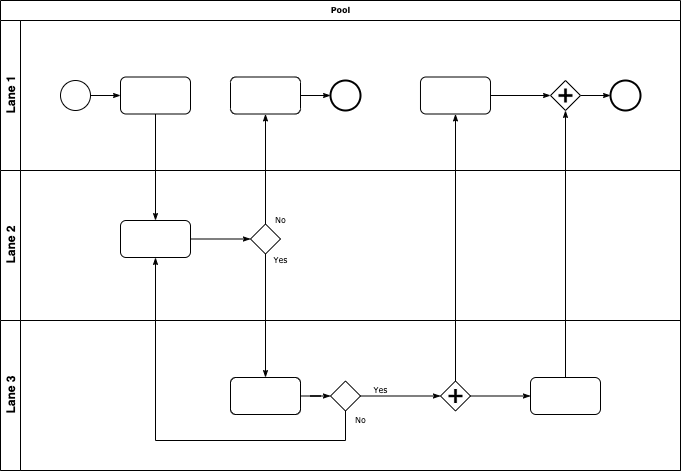
Earlier version of the draw.io export Tester.png (jhelgueros/gargola). Source tidied: cells renumbered, new cells last; positions are measured from the earlier drawing's top-left corner, leaving out a move shared by most shapes.
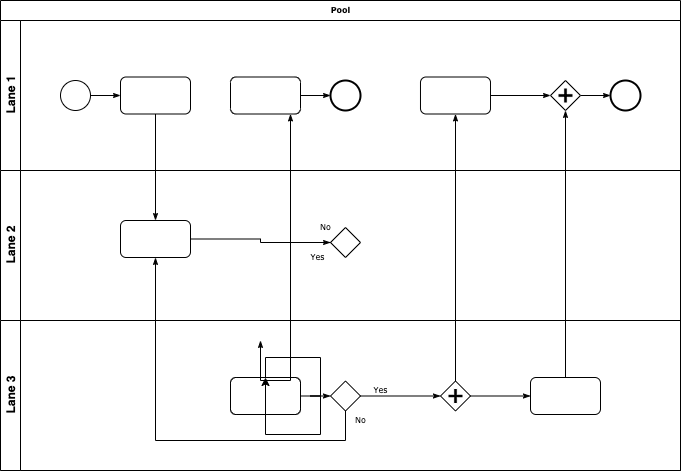
The same file after the commit.

What changed in the source:
```diff
@@ -51,7 +51,7 @@
       <mxGeometry x="120" y="50" width="70" height="37" as="geometry" />
     </mxCell>
     <mxCell id="18" style="strokeWidth=1;html=1;shape=mxgraph.flowchart.decision;whiteSpace=wrap;rounded=1;shadow=0;labelBackgroundColor=none;fontFamily=Verdana;fontSize=8;align=center;" parent="15" vertex="1">
-      <mxGeometry x="250" y="53.5" width="30" height="30" as="geometry" />
+      <mxGeometry x="330" y="57" width="30" height="30" as="geometry" />
     </mxCell>
     <mxCell id="19" value="Lane 3" style="swimlane;html=1;startSize=20;horizontal=0;" parent="2" vertex="1">
       <mxGeometry y="320" width="680" height="150" as="geometry" />
@@ -77,14 +77,27 @@
     <mxCell id="26" style="rounded=1;whiteSpace=wrap;html=1;shadow=0;labelBackgroundColor=none;strokeWidth=1;fontFamily=Verdana;fontSize=8;align=center;" parent="19" vertex="1">
       <mxGeometry x="530" y="57" width="70" height="37" as="geometry" />
     </mxCell>
+    <mxCell id="33" style="edgeStyle=orthogonalEdgeStyle;rounded=0;orthogonalLoop=1;jettySize=auto;html=1;entryX=0.5;entryY=0;entryDx=0;entryDy=0;" parent="19" edge="1" source="21" target="21">
+      <mxGeometry relative="1" as="geometry" />
+    </mxCell>
     <mxCell id="27" style="edgeStyle=orthogonalEdgeStyle;rounded=0;html=1;labelBackgroundColor=none;startArrow=none;startFill=0;startSize=5;endArrow=classicThin;endFill=1;endSize=5;jettySize=auto;strokeWidth=1;fontFamily=Verdana;fontSize=8;" parent="2" edge="1" source="6" target="17">
       <mxGeometry relative="1" as="geometry" />
     </mxCell>
     <mxCell id="28" value="No" style="edgeStyle=orthogonalEdgeStyle;rounded=0;html=1;labelBackgroundColor=none;startArrow=none;startFill=0;startSize=5;endArrow=classicThin;endFill=1;endSize=5;jettySize=auto;strokeWidth=1;fontFamily=Verdana;fontSize=8;" parent="2" edge="1" source="18" target="8">
-      <mxGeometry x="-0.94" y="-15" relative="1" as="geometry" />
+      <mxGeometry x="-0.94" y="-15" relative="1" as="geometry">
+        <Array as="points">
+          <mxPoint x="290" y="242" />
+        </Array>
+      </mxGeometry>
     </mxCell>
-    <mxCell id="29" value="Yes" style="edgeStyle=orthogonalEdgeStyle;rounded=0;html=1;labelBackgroundColor=none;startArrow=none;startFill=0;startSize=5;endArrow=classicThin;endFill=1;endSize=5;jettySize=auto;strokeWidth=1;fontFamily=Verdana;fontSize=8;" parent="2" edge="1" source="18" target="21">
-      <mxGeometry x="-0.89" y="15" relative="1" as="geometry" />
+    <mxCell id="29" value="Yes" style="edgeStyle=orthogonalEdgeStyle;rounded=0;html=1;labelBackgroundColor=none;startArrow=none;startFill=0;startSize=5;endArrow=classicThin;endFill=1;endSize=5;jettySize=auto;strokeWidth=1;fontFamily=Verdana;fontSize=8;" parent="2" edge="1" source="18">
+      <mxGeometry x="-0.89" y="15" relative="1" as="geometry">
+        <mxPoint x="260" y="340" as="targetPoint" />
+        <Array as="points">
+          <mxPoint x="290" y="242" />
+          <mxPoint x="290" y="380" />
+        </Array>
+      </mxGeometry>
     </mxCell>
     <mxCell id="30" style="edgeStyle=orthogonalEdgeStyle;rounded=0;html=1;entryX=0.5;entryY=1;labelBackgroundColor=none;startArrow=none;startFill=0;startSize=5;endArrow=classicThin;endFill=1;endSize=5;jettySize=auto;strokeWidth=1;fontFamily=Verdana;fontSize=8;" parent="2" edge="1" source="26" target="13">
       <mxGeometry relative="1" as="geometry" />
```
